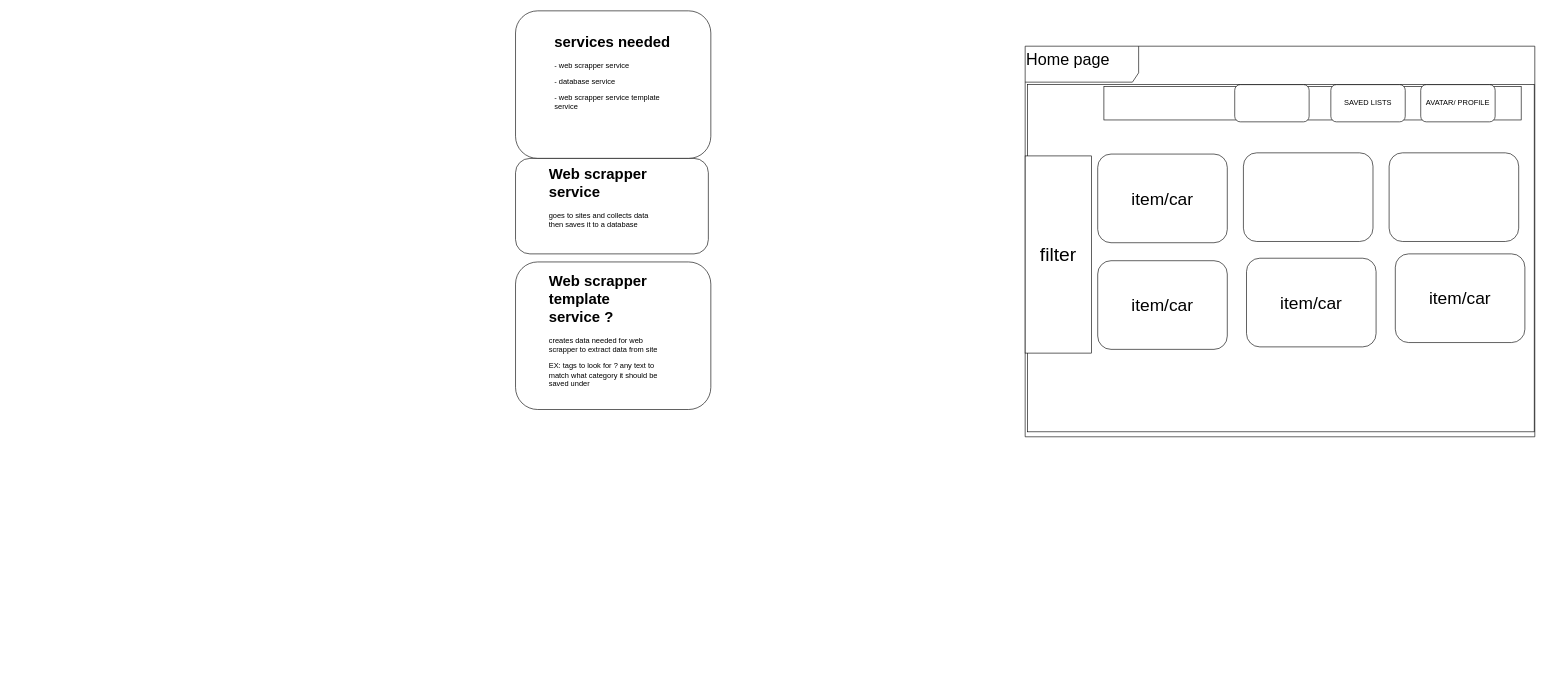
jesusdoza/diagrams keeps this draw.io diagram as autoprice.drawio. Above is the earlier version. Source tidied: cells renumbered, new cells numbered last; positions are measured from the earlier drawing's top-left corner, leaving out a move shared by most shapes. Both pictures are drawn from the tidied source at 62%, with x=0, y=0 at pixel (515, 11).
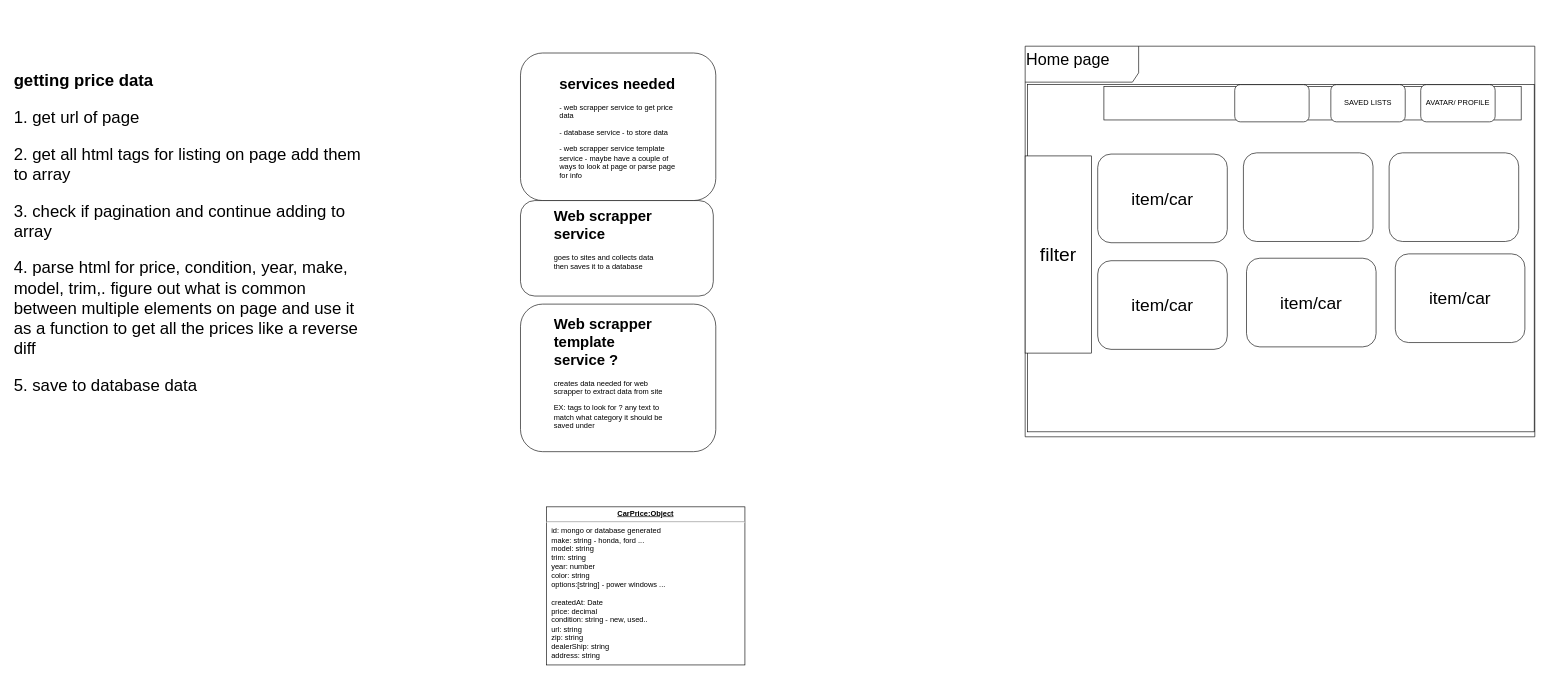
The same diagram, later.

Change to the diagram source:
```diff
@@
     <mxCell id="3" style="rounded=1;whiteSpace=wrap;html=1;" parent="1" vertex="1">
-      <mxGeometry width="315" height="238" as="geometry" />
+      <mxGeometry x="8" y="68" width="315" height="238" as="geometry" />
     </mxCell>
     <mxCell id="4" style="rounded=1;whiteSpace=wrap;html=1;" parent="1" vertex="1">
-      <mxGeometry y="405" width="315" height="238" as="geometry" />
+      <mxGeometry x="8" y="473" width="315" height="238" as="geometry" />
     </mxCell>
     <mxCell id="5" style="rounded=1;whiteSpace=wrap;html=1;" parent="1" vertex="1">
-      <mxGeometry y="238" width="311" height="154" as="geometry" />
+      <mxGeometry x="8" y="306" width="311" height="154" as="geometry" />
     </mxCell>
-    <mxCell id="6" value="&lt;h1&gt;services needed&lt;/h1&gt;&lt;p&gt;- web scrapper service&lt;/p&gt;&lt;p&gt;- database service&lt;/p&gt;&lt;p&gt;- web scrapper service template service&lt;/p&gt;" style="text;html=1;strokeColor=none;fillColor=none;spacing=5;spacingTop=-20;whiteSpace=wrap;overflow=hidden;rounded=0;" parent="1" vertex="1">
-      <mxGeometry x="58" y="30" width="209" height="199" as="geometry" />
+    <mxCell id="6" value="&lt;h1&gt;services needed&lt;/h1&gt;&lt;p&gt;- web scrapper service to get price data&lt;/p&gt;&lt;p&gt;- database service - to store data&lt;/p&gt;&lt;p&gt;- web scrapper service template service - maybe have a couple of ways to look at page or parse page for info&amp;nbsp;&lt;/p&gt;" style="text;html=1;strokeColor=none;fillColor=none;spacing=5;spacingTop=-20;whiteSpace=wrap;overflow=hidden;rounded=0;" parent="1" vertex="1">
+      <mxGeometry x="66" y="98" width="209" height="199" as="geometry" />
     </mxCell>
     <mxCell id="7" value="&lt;h1&gt;Web scrapper service&lt;/h1&gt;&lt;p&gt;goes to sites and collects data then saves it to a database&lt;/p&gt;" style="text;html=1;strokeColor=none;fillColor=none;spacing=5;spacingTop=-20;whiteSpace=wrap;overflow=hidden;rounded=0;" parent="1" vertex="1">
-      <mxGeometry x="49" y="244" width="186" height="163" as="geometry" />
+      <mxGeometry x="57" y="312" width="186" height="163" as="geometry" />
     </mxCell>
     <mxCell id="8" value="&lt;h1&gt;Web scrapper template service ?&lt;/h1&gt;&lt;p&gt;creates data needed for web scrapper to extract data from site&lt;/p&gt;&lt;p&gt;EX: tags to look for ? any text to match what category it should be saved under&lt;/p&gt;" style="text;html=1;strokeColor=none;fillColor=none;spacing=5;spacingTop=-20;whiteSpace=wrap;overflow=hidden;rounded=0;" parent="1" vertex="1">
-      <mxGeometry x="49" y="417" width="192" height="203" as="geometry" />
+      <mxGeometry x="57" y="485" width="192" height="203" as="geometry" />
     </mxCell>
@@
+    <mxCell id="21" value="&lt;h1 style=&quot;font-size: 27px;&quot;&gt;getting price data&lt;/h1&gt;&lt;p style=&quot;font-size: 27px;&quot;&gt;1. get url of page&lt;/p&gt;&lt;p style=&quot;font-size: 27px;&quot;&gt;2. get all html tags for listing on page add them to array&lt;/p&gt;&lt;p style=&quot;font-size: 27px;&quot;&gt;3. check if pagination and continue adding to array&lt;/p&gt;&lt;p style=&quot;font-size: 27px;&quot;&gt;4. parse html for price, condition, year, make, model, trim,. figure out what is common between multiple elements on page and use it as a function to get all the prices like a reverse diff&lt;/p&gt;&lt;p style=&quot;font-size: 27px;&quot;&gt;5. save to database data&lt;/p&gt;" style="text;html=1;strokeColor=none;fillColor=none;spacing=5;spacingTop=-20;whiteSpace=wrap;overflow=hidden;rounded=0;" parent="1" vertex="1">
+      <mxGeometry x="-814" y="89" width="575" height="915" as="geometry" />
+    </mxCell>
+    <mxCell id="22" value="&lt;p style=&quot;margin:0px;margin-top:4px;text-align:center;text-decoration:underline;&quot;&gt;&lt;b&gt;CarPrice:Object&lt;/b&gt;&lt;/p&gt;&lt;hr&gt;&lt;p style=&quot;margin:0px;margin-left:8px;&quot;&gt;id: mongo or database generated&lt;/p&gt;&lt;p style=&quot;margin:0px;margin-left:8px;&quot;&gt;make: string - honda, ford ...&lt;/p&gt;&lt;p style=&quot;margin:0px;margin-left:8px;&quot;&gt;model: string&lt;/p&gt;&lt;p style=&quot;margin:0px;margin-left:8px;&quot;&gt;trim: string&lt;/p&gt;&lt;p style=&quot;margin:0px;margin-left:8px;&quot;&gt;year: number&lt;/p&gt;&lt;p style=&quot;margin:0px;margin-left:8px;&quot;&gt;color: string&lt;/p&gt;&lt;p style=&quot;margin:0px;margin-left:8px;&quot;&gt;options:[string] - power windows ...&lt;/p&gt;&lt;p style=&quot;margin:0px;margin-left:8px;&quot;&gt;&lt;br&gt;&lt;/p&gt;&lt;p style=&quot;margin:0px;margin-left:8px;&quot;&gt;createdAt: Date&lt;/p&gt;&lt;p style=&quot;margin:0px;margin-left:8px;&quot;&gt;price: decimal&lt;/p&gt;&lt;p style=&quot;margin:0px;margin-left:8px;&quot;&gt;condition: string - new, used..&lt;/p&gt;&lt;p style=&quot;margin:0px;margin-left:8px;&quot;&gt;url: string&lt;/p&gt;&lt;p style=&quot;margin:0px;margin-left:8px;&quot;&gt;zip: string&lt;/p&gt;&lt;p style=&quot;margin:0px;margin-left:8px;&quot;&gt;dealerShip: string&lt;/p&gt;&lt;p style=&quot;margin:0px;margin-left:8px;&quot;&gt;address: string&lt;/p&gt;&lt;p style=&quot;margin:0px;margin-left:8px;&quot;&gt;&lt;br&gt;&lt;/p&gt;" style="verticalAlign=top;align=left;overflow=fill;fontSize=12;fontFamily=Helvetica;html=1;whiteSpace=wrap;" parent="1" vertex="1">
+      <mxGeometry x="50" y="800" width="320" height="255" as="geometry" />
+    </mxCell>
```
